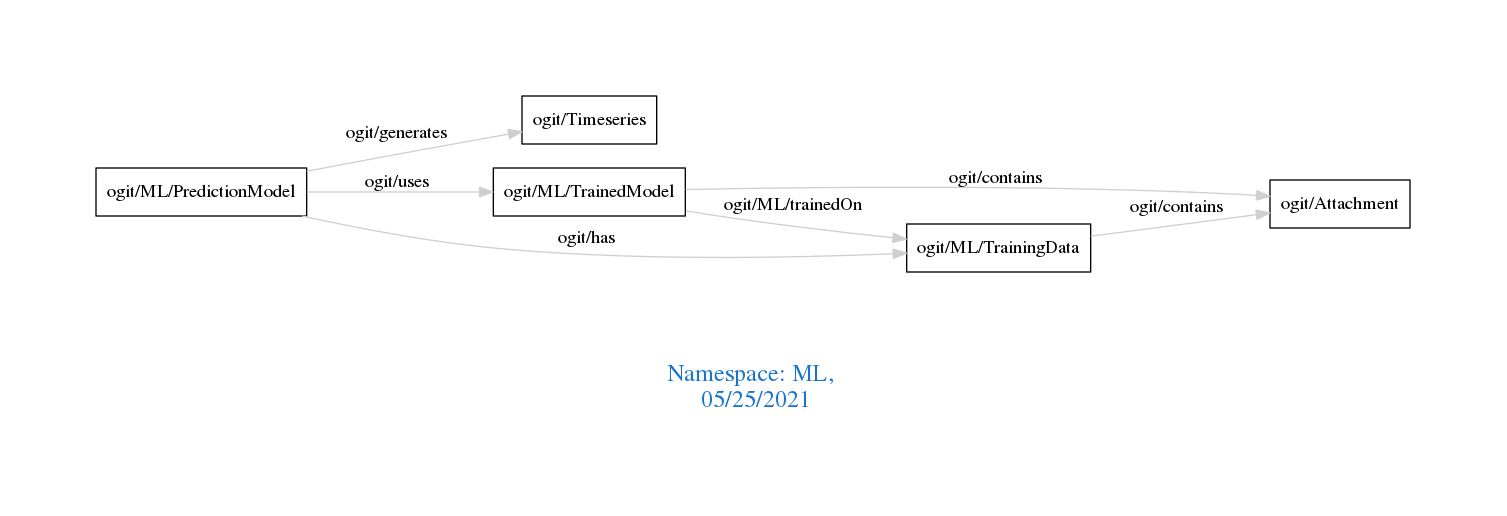
Before: downloads/ML.png, a diagram exported from Graphviz (arago/OGIT). Its source is kept beside it as downloads/ML.dot.
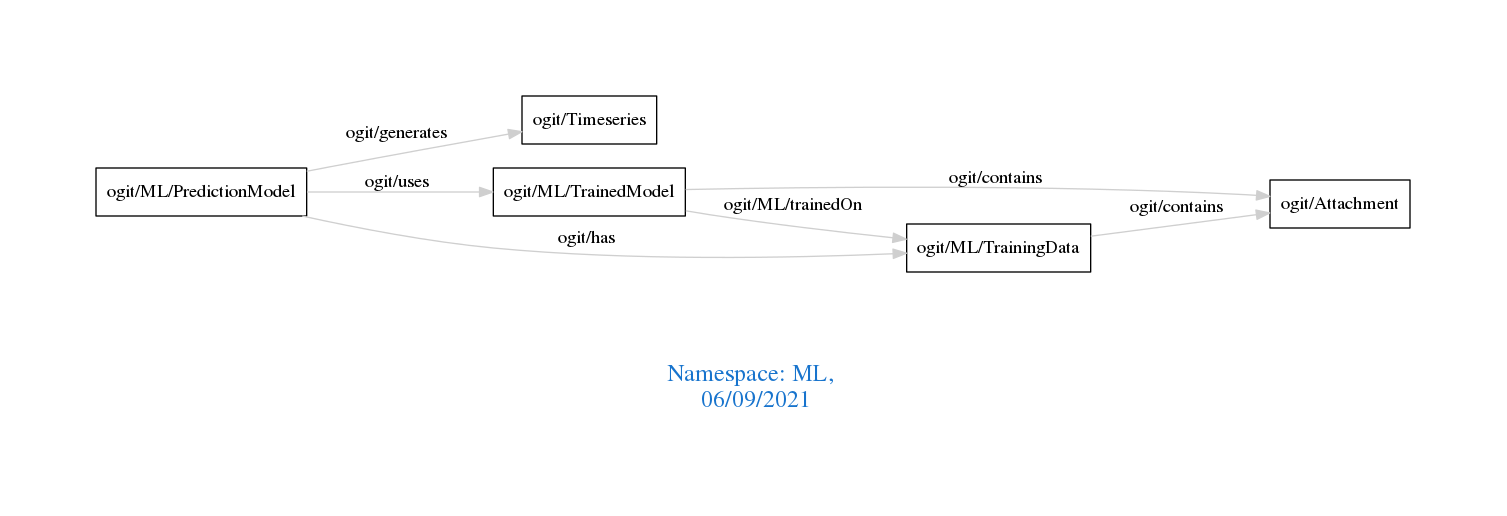
After the commit.

What changed in the source:
```diff
@@ -1,7 +1,7 @@
 digraph OGIT_ontology {
  graph [ rankdir= LR,pad=1
 fontsize = 18,
-fontcolor= dodgerblue3,label = "\n\n\nNamespace: ML, \n 05/25/2021"];
+fontcolor= dodgerblue3,label = "\n\n\nNamespace: ML, \n 06/09/2021"];
 node[shape=polygon];
 edge [  color="gray81"];
 
```
